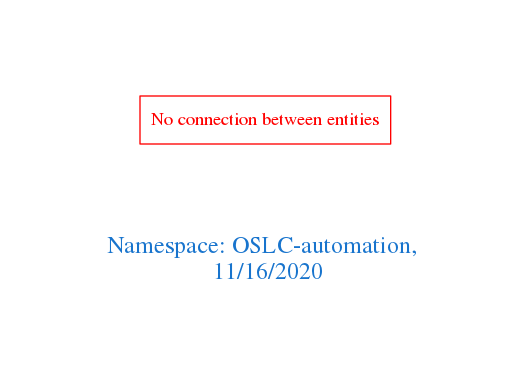
This is downloads/OSLC-automation.png from arago/OGIT, a Graphviz export, as it was before one commit. Its source is kept beside it as downloads/OSLC-automation.dot.
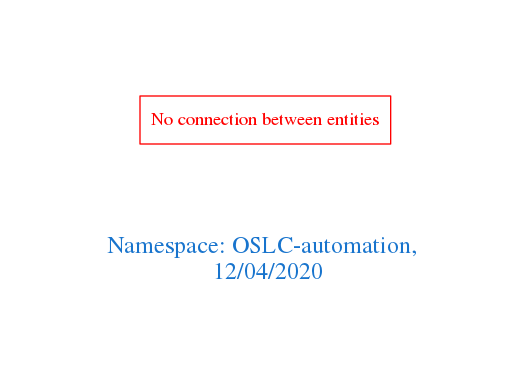
The same file after the commit.

The edit, as a diff of the source:
```diff
@@ -1,7 +1,7 @@
 digraph OGIT_ontology {
  graph [ rankdir= LR,pad=1
 fontsize = 18,
-fontcolor= dodgerblue3,label = "\n\n\nNamespace: OSLC-automation, \n 11/16/2020"];
+fontcolor= dodgerblue3,label = "\n\n\nNamespace: OSLC-automation, \n 12/04/2020"];
 node[shape=polygon];
 edge [  color="gray81"];
 
```
